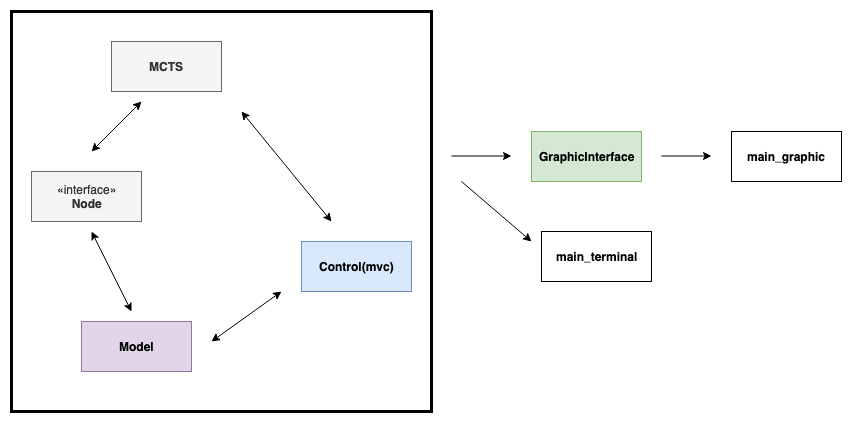
Earlier version of the draw.io export Documentation/graph.png (ipmach/TicTacToe_IA). Source tidied: cells renumbered, new cells last; positions are measured from the earlier drawing's top-left corner, leaving out a move shared by most shapes.
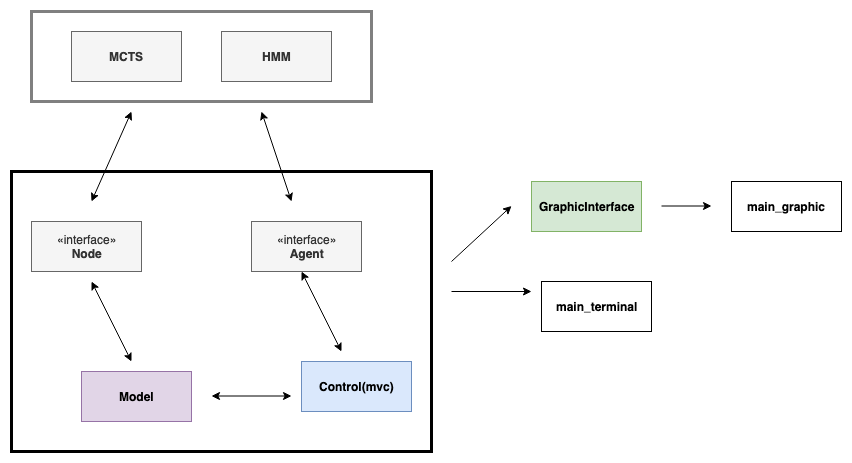
The same diagram one commit later.

Diff of the diagram source:
```diff
@@ -3,7 +3,7 @@
     <mxCell id="0" />
     <mxCell id="1" parent="0" />
     <mxCell id="2" value="&lt;b&gt;MCTS&lt;/b&gt;" style="html=1;fillColor=#f5f5f5;strokeColor=#666666;fontColor=#333333;" parent="1" vertex="1">
-      <mxGeometry x="100" y="30" width="110" height="50" as="geometry" />
+      <mxGeometry x="60" y="-30" width="110" height="50" as="geometry" />
     </mxCell>
     <mxCell id="3" value="«interface»&lt;br&gt;&lt;b&gt;Node&lt;/b&gt;" style="html=1;fillColor=#f5f5f5;strokeColor=#666666;fontColor=#333333;" parent="1" vertex="1">
       <mxGeometry x="20" y="160" width="110" height="50" as="geometry" />
@@ -12,7 +12,7 @@
       <mxGeometry x="70" y="310" width="110" height="50" as="geometry" />
     </mxCell>
     <mxCell id="5" value="&lt;b&gt;Control(mvc)&lt;/b&gt;" style="html=1;fillColor=#dae8fc;strokeColor=#6c8ebf;" parent="1" vertex="1">
-      <mxGeometry x="290" y="230" width="110" height="50" as="geometry" />
+      <mxGeometry x="290" y="300" width="110" height="50" as="geometry" />
     </mxCell>
     <mxCell id="6" value="&lt;b&gt;GraphicInterface&lt;/b&gt;" style="html=1;fillColor=#d5e8d4;strokeColor=#82b366;" parent="1" vertex="1">
       <mxGeometry x="520" y="120" width="110" height="50" as="geometry" />
@@ -32,33 +32,33 @@
     <mxCell id="10" style="endArrow=classic;startArrow=classic;html=1;" parent="1" edge="1">
       <mxGeometry relative="1" as="geometry">
         <mxPoint x="80" y="140" as="sourcePoint" />
-        <mxPoint x="130" y="90" as="targetPoint" />
+        <mxPoint x="120" y="50" as="targetPoint" />
       </mxGeometry>
     </mxCell>
     <mxCell id="11" style="endArrow=classic;startArrow=classic;html=1;" parent="1" edge="1">
       <mxGeometry relative="1" as="geometry">
-        <mxPoint x="200" y="330" as="sourcePoint" />
-        <mxPoint x="270" y="280" as="targetPoint" />
+        <mxPoint x="200" y="334.5" as="sourcePoint" />
+        <mxPoint x="280" y="334.5" as="targetPoint" />
       </mxGeometry>
     </mxCell>
     <mxCell id="12" style="endArrow=classic;startArrow=classic;html=1;" parent="1" edge="1">
       <mxGeometry relative="1" as="geometry">
-        <mxPoint x="320" y="210" as="sourcePoint" />
-        <mxPoint x="230" y="100" as="targetPoint" />
+        <mxPoint x="280" y="140" as="sourcePoint" />
+        <mxPoint x="250" y="50" as="targetPoint" />
       </mxGeometry>
     </mxCell>
     <mxCell id="13" style="rounded=0;whiteSpace=wrap;html=1;fillColor=none;strokeWidth=3;" parent="1" vertex="1">
-      <mxGeometry width="420" height="400" as="geometry" />
+      <mxGeometry y="110" width="420" height="280" as="geometry" />
     </mxCell>
     <mxCell id="14" style="endArrow=classic;html=1;" parent="1" edge="1">
       <mxGeometry relative="1" as="geometry">
-        <mxPoint x="440" y="144.5" as="sourcePoint" />
+        <mxPoint x="440" y="200" as="sourcePoint" />
         <mxPoint x="500" y="144.5" as="targetPoint" />
       </mxGeometry>
     </mxCell>
     <mxCell id="15" style="endArrow=classic;html=1;" parent="1" edge="1">
       <mxGeometry relative="1" as="geometry">
-        <mxPoint x="450" y="170" as="sourcePoint" />
+        <mxPoint x="440" y="230" as="sourcePoint" />
         <mxPoint x="520" y="230" as="targetPoint" />
       </mxGeometry>
     </mxCell>
@@ -68,5 +68,20 @@
         <mxPoint x="700" y="144.5" as="targetPoint" />
       </mxGeometry>
     </mxCell>
+    <mxCell id="17" value="&lt;b&gt;HMM&lt;/b&gt;" style="html=1;fillColor=#f5f5f5;strokeColor=#666666;fontColor=#333333;" parent="1" vertex="1">
+      <mxGeometry x="210" y="-30" width="110" height="50" as="geometry" />
+    </mxCell>
+    <mxCell id="18" value="«interface»&lt;br&gt;&lt;b&gt;Agent&lt;/b&gt;" style="html=1;fillColor=#f5f5f5;strokeColor=#666666;fontColor=#333333;" parent="1" vertex="1">
+      <mxGeometry x="240" y="160" width="110" height="50" as="geometry" />
+    </mxCell>
+    <mxCell id="19" style="endArrow=classic;startArrow=classic;html=1;" parent="1" edge="1">
+      <mxGeometry relative="1" as="geometry">
+        <mxPoint x="330" y="290" as="sourcePoint" />
+        <mxPoint x="290" y="210" as="targetPoint" />
+      </mxGeometry>
+    </mxCell>
+    <mxCell id="20" style="rounded=0;whiteSpace=wrap;html=1;fillColor=none;strokeWidth=3;strokeColor=#808080;" parent="1" vertex="1">
+      <mxGeometry x="20" y="-50" width="340" height="90" as="geometry" />
+    </mxCell>
   </root>
 </mxGraphModel>
```
